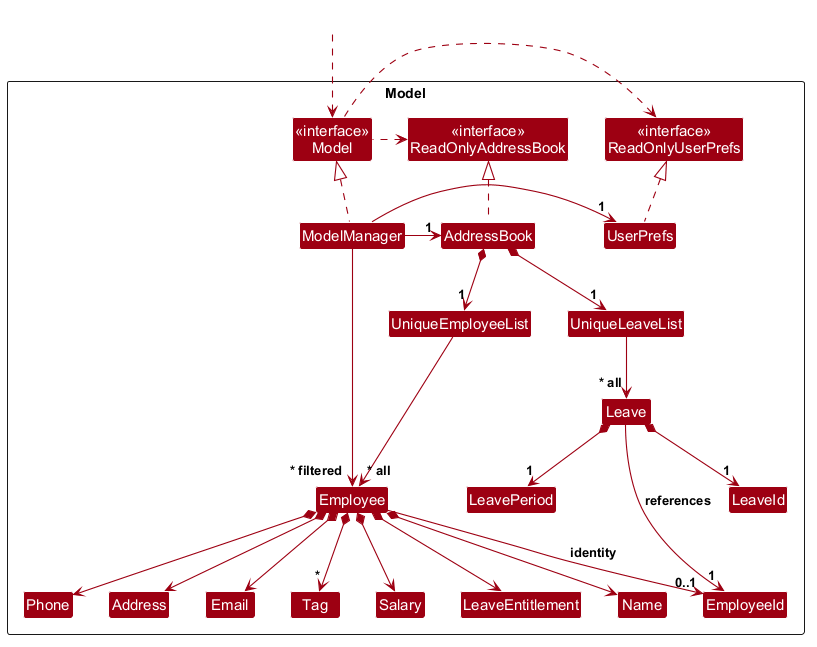
Above: docs/images/ModelClassDiagram.png in AY2627S1-CS2103T-T16-3/tp (PlantUML), before the change.
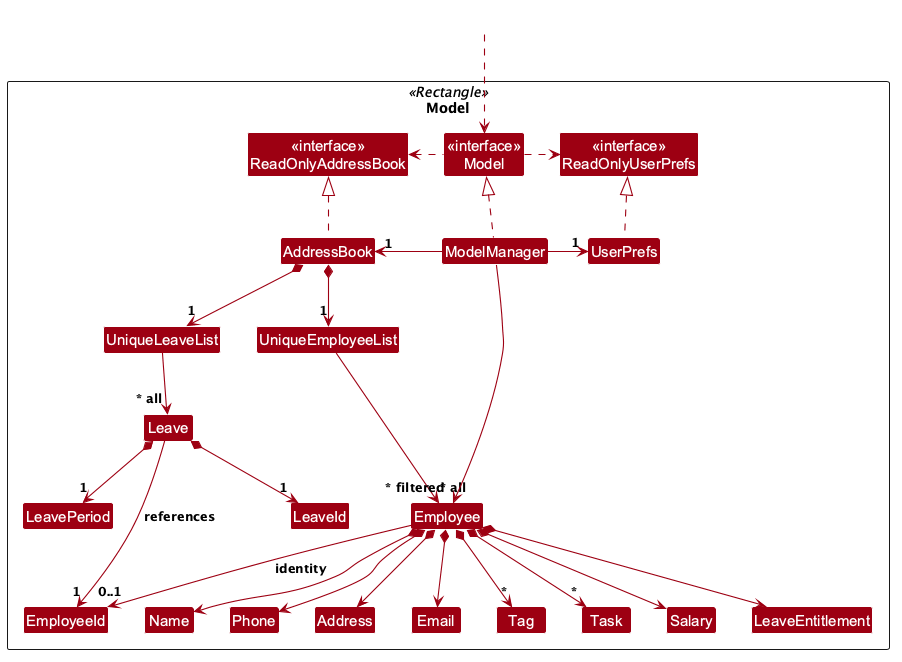
The same file after the commit.

Commit message:
Add task to model and storage class diagrams

What changed in the source:
```diff
@@ -21,6 +21,7 @@
 Class Name
 Class Phone
 Class Tag
+Class Task
 Class Salary
 Class LeaveEntitlement
 Class Leave
@@ -53,6 +54,7 @@
 Employee *--> Email
 Employee *--> Address
 Employee *--> "*" Tag
+Employee *--> "*" Task
 Employee *--> Salary
 Employee *--> LeaveEntitlement
 
```
